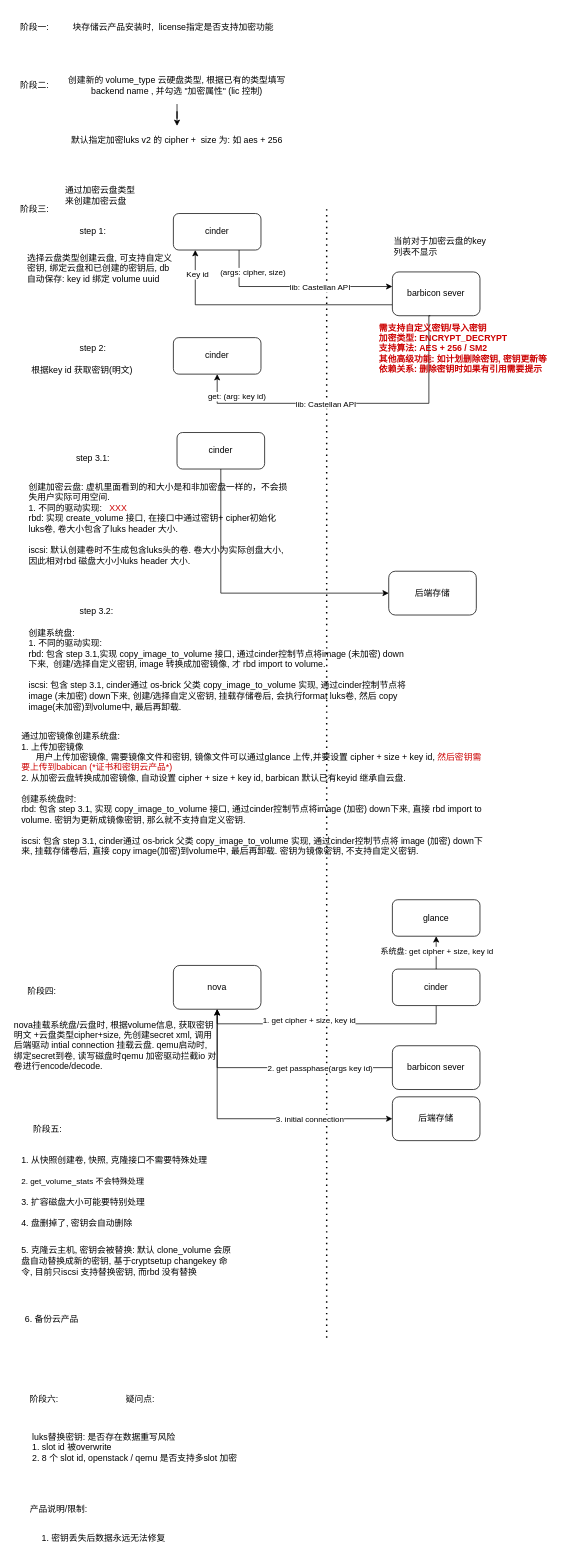
Before: 磁盘加密.drawio in ChenFanTony/ceph-diagrams, a draw.io diagram. Source tidied: cells renumbered, new cells numbered last; positions are measured from the earlier drawing's top-left corner, leaving out a move shared by most shapes. Both pictures are drawn from the tidied source at 73%, with x=0, y=0 at pixel (12, 12).
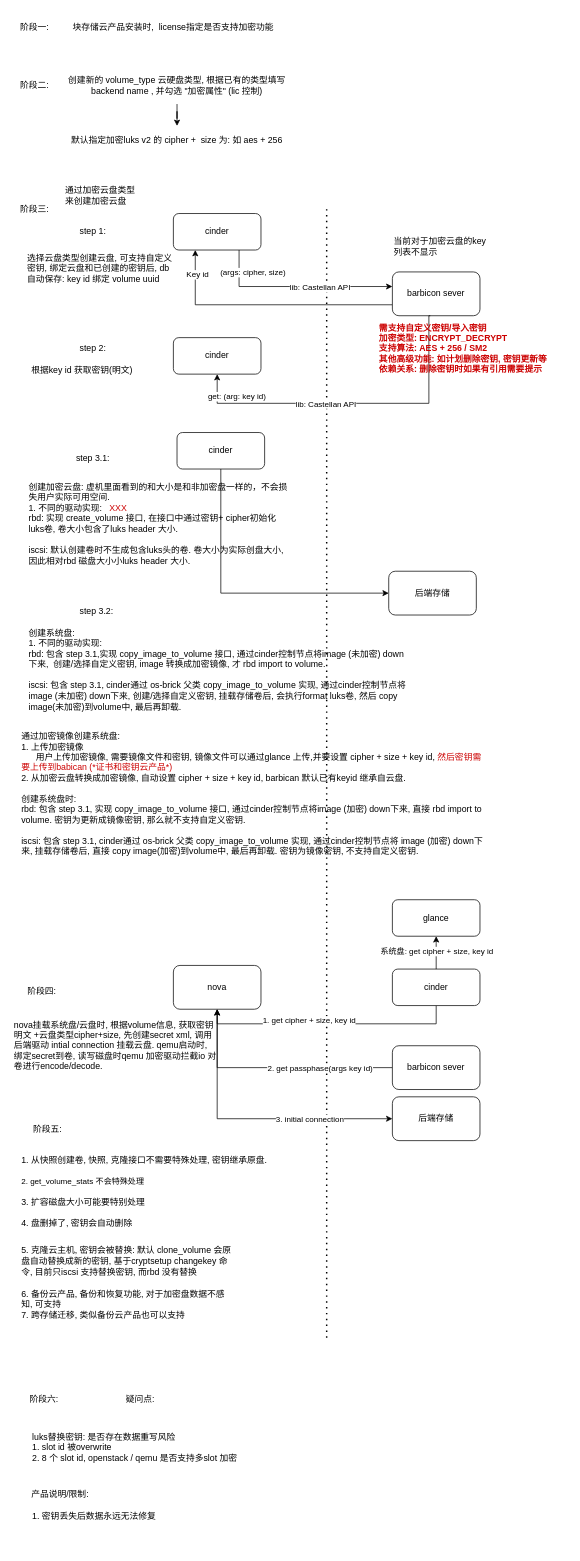
After the change.

Commit message:
更新磁盘加密.drawio

What changed in the source:
```diff
@@
-    <mxCell id="51" value="&lt;div style=&quot;&quot;&gt;&lt;span style=&quot;background-color: transparent; color: light-dark(rgb(0, 0, 0), rgb(255, 255, 255));&quot;&gt;1. 从快照创建卷, 快照, 克隆接口不需要特殊处理&lt;/span&gt;&lt;/div&gt;&lt;br&gt;&lt;div style=&quot;&quot;&gt;&lt;span style=&quot;font-size: 8.2875pt; font-family: LiberationMono;&quot;&gt;2. get_volume_stats 不会特殊处理&lt;/span&gt;&lt;/div&gt;&lt;br&gt;&lt;div style=&quot;&quot;&gt;&lt;span style=&quot;background-color: transparent; color: light-dark(rgb(0, 0, 0), rgb(255, 255, 255));&quot;&gt;3. 扩容磁盘大小可能要特别处理&lt;br&gt;&lt;br&gt;4. 盘删掉了, 密钥会自动删除&lt;/span&gt;&lt;/div&gt;" style="text;html=1;whiteSpace=wrap;strokeColor=none;fillColor=none;align=left;verticalAlign=middle;rounded=0;" parent="1" vertex="1">
+    <mxCell id="51" value="&lt;div style=&quot;&quot;&gt;&lt;span style=&quot;background-color: transparent; color: light-dark(rgb(0, 0, 0), rgb(255, 255, 255));&quot;&gt;1. 从快照创建卷, 快照, 克隆接口不需要特殊处理, 密钥继承原盘.&lt;/span&gt;&lt;/div&gt;&lt;br&gt;&lt;div style=&quot;&quot;&gt;&lt;span style=&quot;font-size: 8.2875pt; font-family: LiberationMono;&quot;&gt;2. get_volume_stats 不会特殊处理&lt;/span&gt;&lt;/div&gt;&lt;br&gt;&lt;div style=&quot;&quot;&gt;&lt;span style=&quot;background-color: transparent; color: light-dark(rgb(0, 0, 0), rgb(255, 255, 255));&quot;&gt;3. 扩容磁盘大小可能要特别处理&lt;br&gt;&lt;br&gt;4. 盘删掉了, 密钥会自动删除&lt;/span&gt;&lt;/div&gt;" style="text;html=1;whiteSpace=wrap;strokeColor=none;fillColor=none;align=left;verticalAlign=middle;rounded=0;" parent="1" vertex="1">
       <mxGeometry x="10" y="1565" width="415" height="100" as="geometry" />
     </mxCell>
@@
     <mxCell id="58" value="产品说明/限制:" style="text;html=1;whiteSpace=wrap;strokeColor=none;fillColor=none;align=center;verticalAlign=middle;rounded=0;" parent="1" vertex="1">
-      <mxGeometry x="7.5" y="2035" width="110" height="30" as="geometry" />
+      <mxGeometry x="10" y="2015" width="110" height="30" as="geometry" />
     </mxCell>
     <mxCell id="59" value="1.&amp;nbsp;密钥丢失后数据永远无法修复" style="text;html=1;whiteSpace=wrap;strokeColor=none;fillColor=none;align=left;verticalAlign=middle;rounded=0;" parent="1" vertex="1">
-      <mxGeometry x="37.5" y="2075" width="330" height="30" as="geometry" />
+      <mxGeometry x="25" y="2045" width="330" height="30" as="geometry" />
     </mxCell>
-    <mxCell id="60" value="6. 备份云产品" style="text;html=1;whiteSpace=wrap;strokeColor=none;fillColor=none;align=left;verticalAlign=middle;rounded=0;" parent="1" vertex="1">
-      <mxGeometry x="15" y="1735" width="290" height="110" as="geometry" />
+    <mxCell id="60" value="6. 备份云产品, 备份和恢复功能, 对于加密盘数据不感知, 可支持&lt;br&gt;7. 跨存储迁移, 类似备份云产品也可以支持" style="text;html=1;whiteSpace=wrap;strokeColor=none;fillColor=none;align=left;verticalAlign=middle;rounded=0;" parent="1" vertex="1">
+      <mxGeometry x="10" y="1715" width="290" height="110" as="geometry" />
     </mxCell>
```
